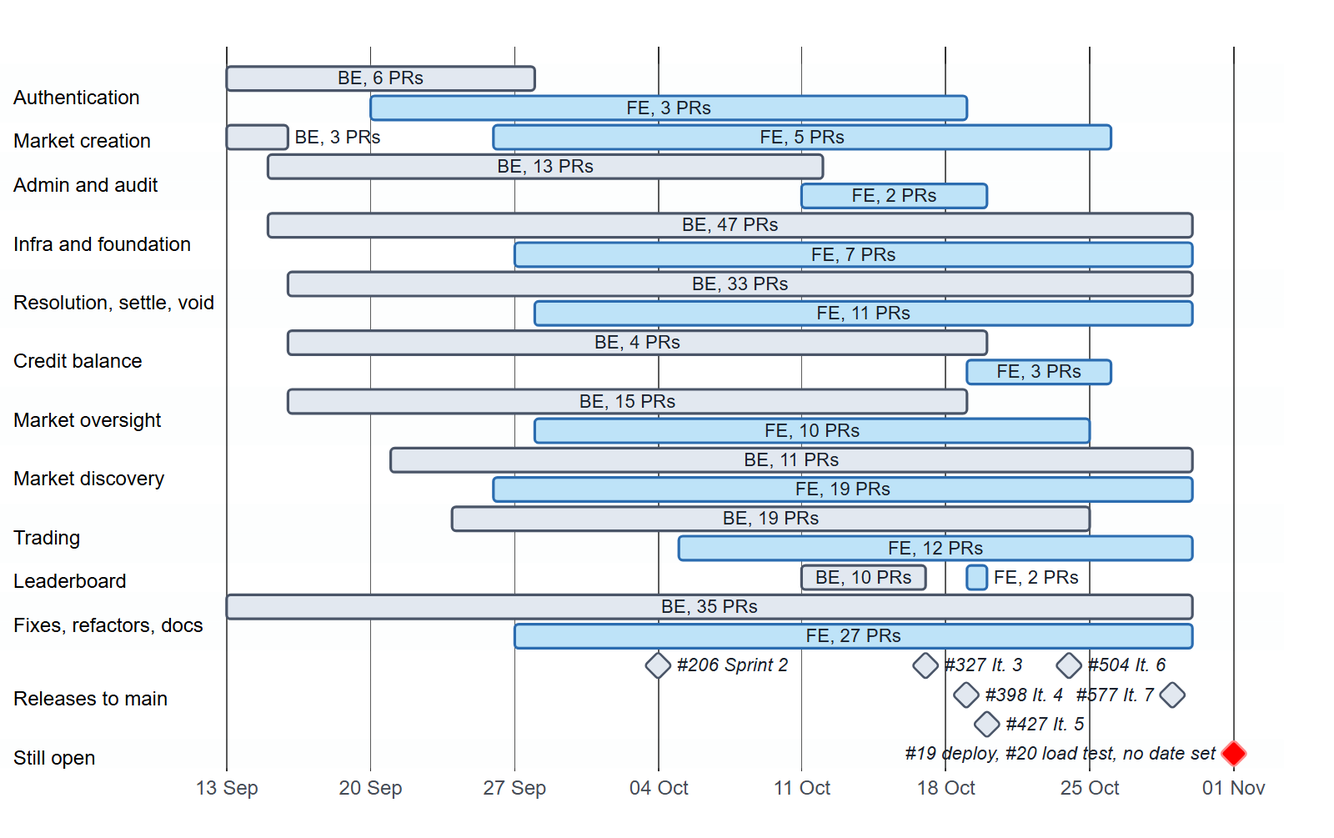
Before: docs/diagrams/rendered/07-gantt.png, a diagram exported from Mermaid (decker757/CS464). Its source is kept beside it as docs/diagrams/07-gantt.mmd.
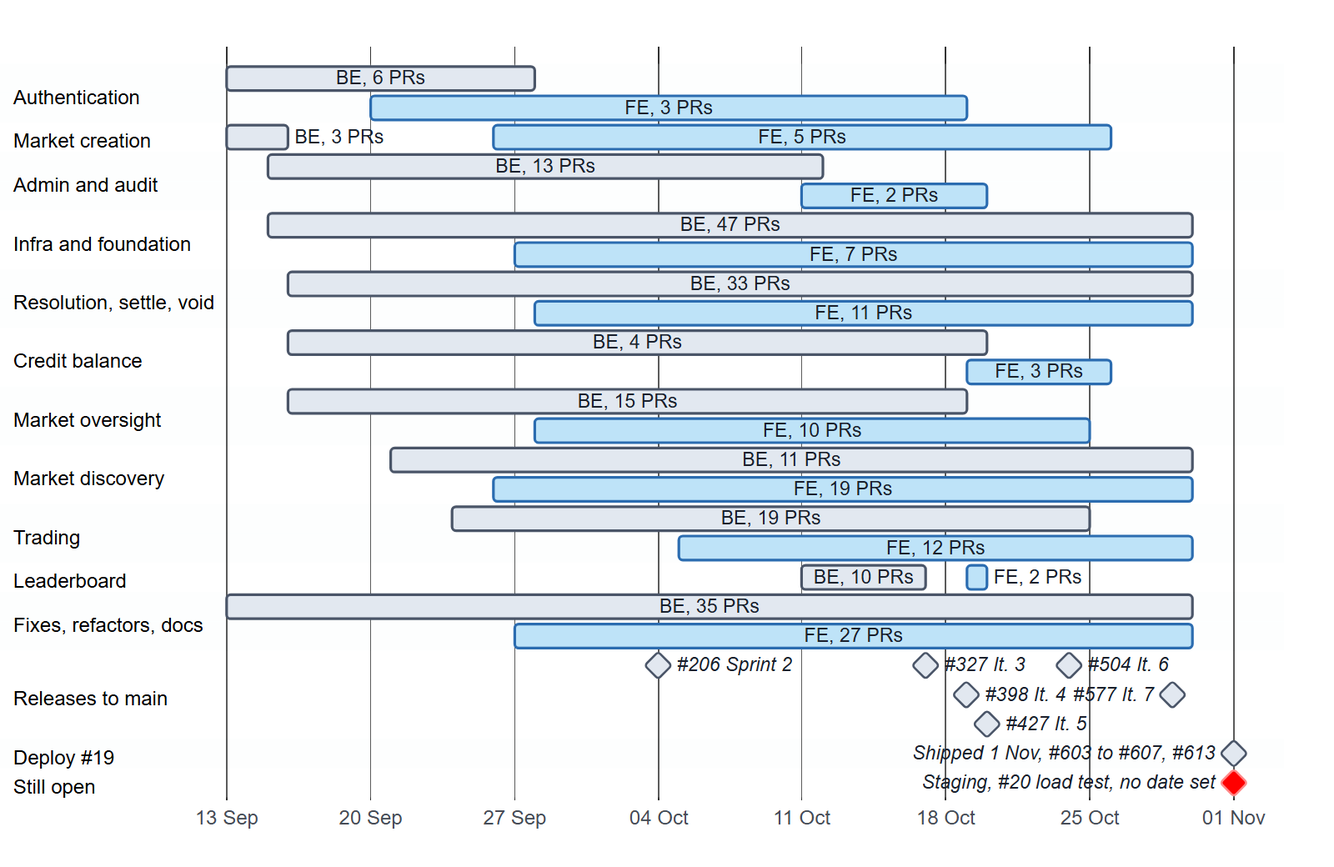
After the commit.

Commit message:
docs(diagrams): 07 marks #19 shipped on 1 November and keeps staging and #20 open

Refs #590

What changed in the source:
```diff
@@ -1,4 +1,4 @@
-%%{init: {"gantt": {"displayMode": "compact", "barHeight": 18, "barGap": 4}, "themeCSS": ".tick text { font-size: 15px; } .sectionTitle { font-size: 15px; } .taskText, .taskTextOutsideRight, .taskTextOutsideLeft { font-size: 14px; }"}}%%
+%%{init: {"gantt": {"displayMode": "compact", "barHeight": 18, "barGap": 4}, "themeCSS": ".tick text { font-size: 15px; } .sectionTitle { font-size: 15px; } .taskText, .taskTextOutsideRight, .taskTextOutsideLeft { font-size: 14.5px; }"}}%%
 gantt
     dateFormat YYYY-MM-DD
     axisFormat %d %b
@@ -44,5 +44,7 @@
     #427 It. 5    :milestone, 2026-10-18, 4d
     #577 It. 7    :milestone, 2026-10-27, 4d
     #504 It. 6    :milestone, 2026-10-20, 8d
+    section Deploy #19
+    Shipped 1 Nov, #603 to #607, #613 :milestone, 2026-11-01, 0d
     section Still open
-    #19 deploy, #20 load test, no date set :crit, milestone, 2026-11-01, 0d
+    Staging, #20 load test, no date set :crit, milestone, 2026-11-01, 0d
```
